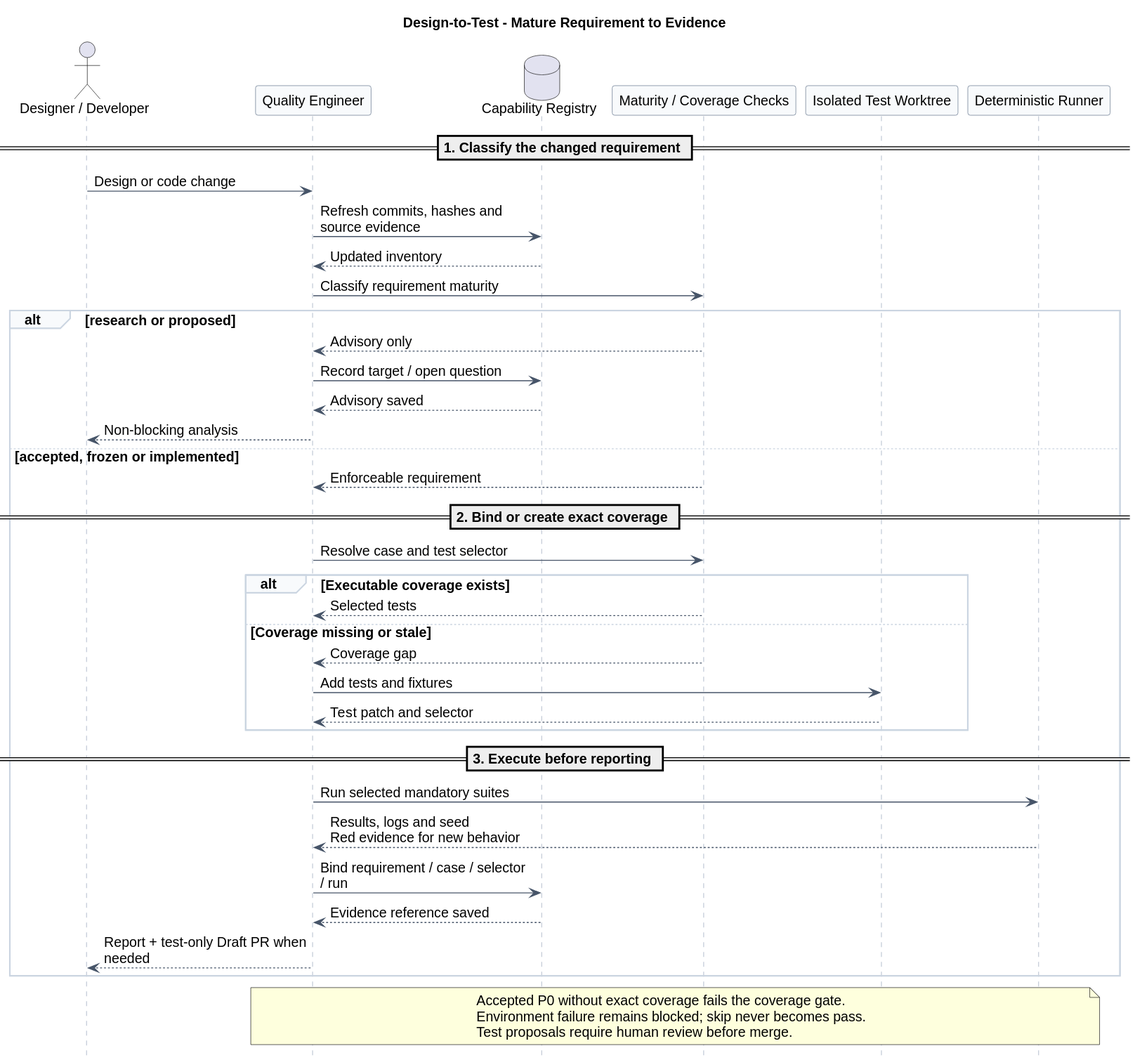
Earlier version of the PlantUML export 02-服务与接口/05-CampusClaw-TDD测试Agent/design_to_test_maintenance.svg (ssm0808/pi-mono-java-design).
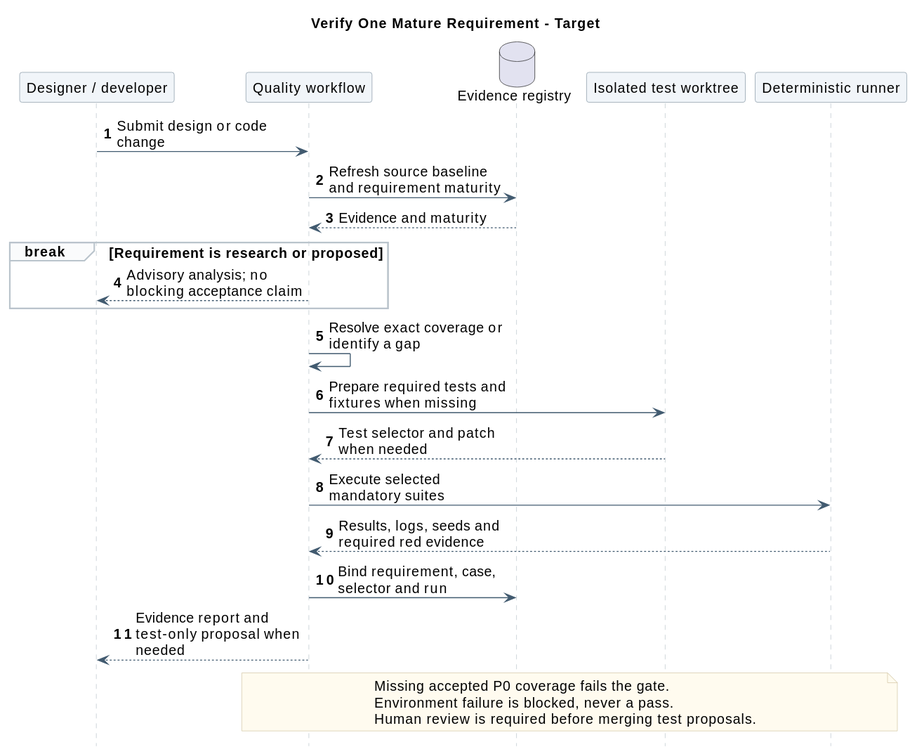
The same file after the commit.

Change to the diagram source:
```diff
@@ -1,62 +1,43 @@
 @startuml
+skinparam backgroundColor white
+skinparam defaultFontName SansSerif
+skinparam defaultFontSize 14
+skinparam shadowing false
+skinparam sequenceMessageAlign left
+skinparam maxMessageSize 180
+skinparam sequenceArrowColor #425B70
+skinparam sequenceLifeLineBorderColor #BAC4CC
+skinparam sequenceParticipantBackgroundColor #F1F5F9
+skinparam sequenceParticipantBorderColor #8496A4
+skinparam sequenceGroupBackgroundColor #FAFBFC
+skinparam sequenceGroupBorderColor #BAC4CC
+skinparam noteBackgroundColor #FFFBEF
+skinparam noteBorderColor #D2C6A5
+hide footbox
+autonumber
 
-skinparam backgroundColor white
-skinparam shadowing false
-skinparam defaultFontName Arial
-skinparam defaultFontSize 14
-skinparam ArrowColor #475569
-hide footbox
-skinparam maxMessageSize 210
-skinparam sequenceMessageAlign left
-skinparam sequence {
-  ParticipantBackgroundColor #F8FAFC
-  ParticipantBorderColor #64748B
-  LifeLineBorderColor #94A3B8
-  GroupBorderColor #CBD5E1
-  GroupBackgroundColor #F8FAFC
-}
-title Design-to-Test - Mature Requirement to Evidence
-actor "Designer / Developer" as Author
-participant "Quality Engineer" as Agent
-database "Capability Registry" as Registry
-participant "Maturity / Coverage Checks" as Gate
-participant "Isolated Test Worktree" as Worktree
-participant "Deterministic Runner" as Runner
-
-== 1. Classify the changed requirement ==
-Author -> Agent : Design or code change
-Agent -> Registry : Refresh commits, hashes and source evidence
-Registry --> Agent : Updated inventory
-Agent -> Gate : Classify requirement maturity
-alt research or proposed
-  Gate --> Agent : Advisory only
-  Agent -> Registry : Record target / open question
-  Registry --> Agent : Advisory saved
-  Agent --> Author : Non-blocking analysis
-else accepted, frozen or implemented
-  Gate --> Agent : Enforceable requirement
-
-  == 2. Bind or create exact coverage ==
-  Agent -> Gate : Resolve case and test selector
-  alt Executable coverage exists
-    Gate --> Agent : Selected tests
-  else Coverage missing or stale
-    Gate --> Agent : Coverage gap
-    Agent -> Worktree : Add tests and fixtures
-    Worktree --> Agent : Test patch and selector
-  end
-
-  == 3. Execute before reporting ==
-  Agent -> Runner : Run selected mandatory suites
-  Runner --> Agent : Results, logs and seed\nRed evidence for new behavior
-  Agent -> Registry : Bind requirement / case / selector / run
-  Registry --> Agent : Evidence reference saved
-  Agent --> Author : Report + test-only Draft PR when needed
+title Verify One Mature Requirement - Target
+participant "Designer / developer" as Author
+participant "Quality workflow" as Agent
+database "Evidence registry" as Registry
+participant "Isolated test worktree" as Worktree
+participant "Deterministic runner" as Runner
+Author -> Agent : Submit design or code change
+Agent -> Registry : Refresh source baseline and requirement maturity
+Registry --> Agent : Evidence and maturity
+break Requirement is research or proposed
+  Agent --> Author : Advisory analysis; no blocking acceptance claim
 end
-
+Agent -> Agent : Resolve exact coverage or identify a gap
+Agent -> Worktree : Prepare required tests and fixtures when missing
+Worktree --> Agent : Test selector and patch when needed
+Agent -> Runner : Execute selected mandatory suites
+Runner --> Agent : Results, logs, seeds and required red evidence
+Agent -> Registry : Bind requirement, case, selector and run
+Agent --> Author : Evidence report and test-only proposal when needed
 note over Agent,Runner
-Accepted P0 without exact coverage fails the coverage gate.
-Environment failure remains blocked; skip never becomes pass.
-Test proposals require human review before merge.
+  Missing accepted P0 coverage fails the gate.
+  Environment failure is blocked, never a pass.
+  Human review is required before merging test proposals.
 end note
 @enduml
```
